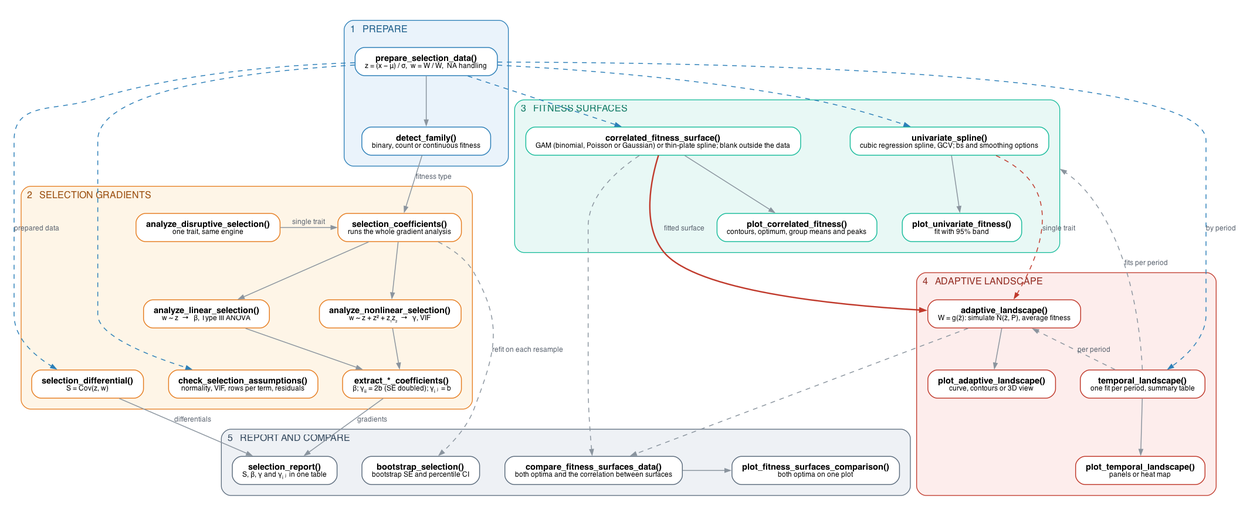
Before: vignettes/workflow.png, a diagram exported from Graphviz (Human-Augment-Analytics/Lande). Its source is kept beside it as vignettes/workflow.dot.
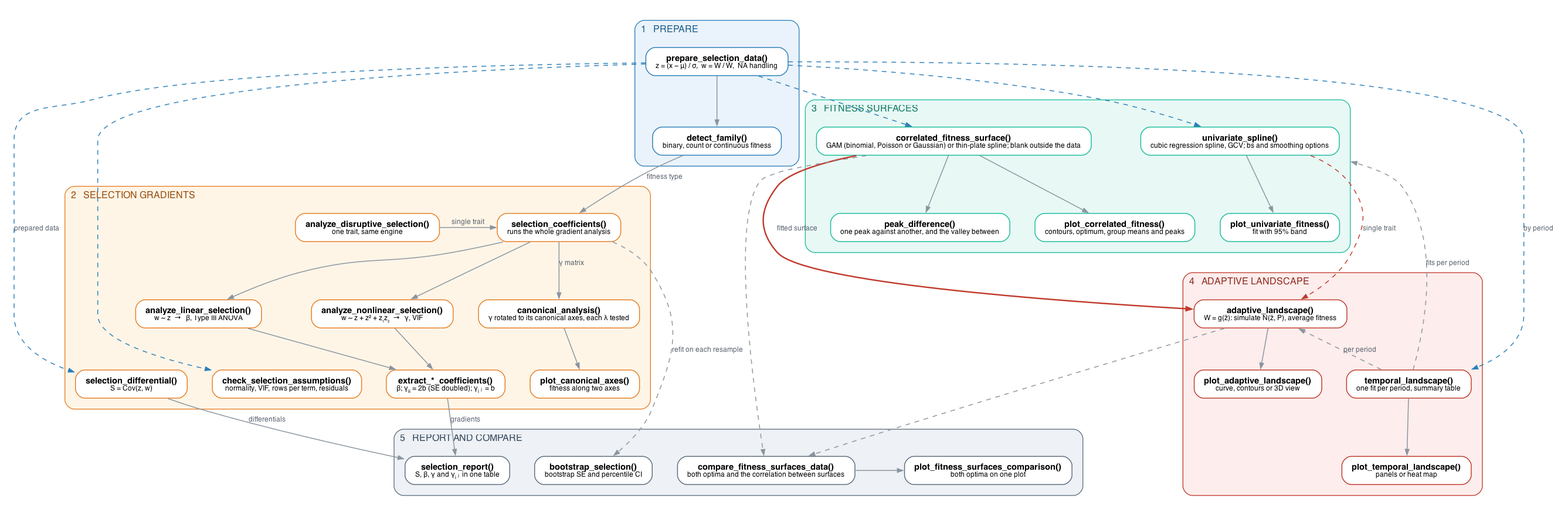
Later version of the same file.

Change to the diagram source:
```diff
@@ -29,6 +29,8 @@
     extract   [label = <<B>extract_*_coefficients()</B><BR/><FONT POINT-SIZE="9.5">&#946;;&nbsp;&#947;&#7522;&#7522; = 2b (SE doubled);&nbsp;&#947;&#7522;&#11388; = b</FONT>>]
     diff      [label = <<B>selection_differential()</B><BR/><FONT POINT-SIZE="9.5">S = Cov(z, w)</FONT>>]
     check     [label = <<B>check_selection_assumptions()</B><BR/><FONT POINT-SIZE="9.5">normality, VIF, rows per term, residuals</FONT>>]
+    canon     [label = <<B>canonical_analysis()</B><BR/><FONT POINT-SIZE="9.5">&#947; rotated to its canonical axes, each &#955; tested</FONT>>]
+    canon_plot [label = <<B>plot_canonical_axes()</B><BR/><FONT POINT-SIZE="9.5">fitness along two axes</FONT>>]
   }
 
   subgraph cluster_surface {
@@ -40,6 +42,7 @@
     corr      [label = <<B>correlated_fitness_surface()</B><BR/><FONT POINT-SIZE="9.5">GAM (binomial, Poisson or Gaussian) or thin-plate spline; blank outside the data</FONT>>]
     uni_plot  [label = <<B>plot_univariate_fitness()</B><BR/><FONT POINT-SIZE="9.5">fit with 95% band</FONT>>]
     corr_plot [label = <<B>plot_correlated_fitness()</B><BR/><FONT POINT-SIZE="9.5">contours, optimum, group means and peaks</FONT>>]
+    peakdiff  [label = <<B>peak_difference()</B><BR/><FONT POINT-SIZE="9.5">one peak against another, and the valley between</FONT>>]
   }
 
   subgraph cluster_land {
@@ -75,6 +78,8 @@
   extract -> report [label = "gradients"]
   diff -> report [label = "differentials"]
   coeff -> boot [label = "refit on each resample", style = dashed]
+  coeff -> canon [label = "&#947; matrix"]
+  canon -> canon_plot
 
   # prepared data feeds the differential and the surfaces
   prep -> diff [color = "#2C7FB8", style = dashed, label = "prepared data"]
@@ -85,6 +90,7 @@
   # surfaces and landscape
   uni -> uni_plot
   corr -> corr_plot
+  corr -> peakdiff
   corr -> adapt [label = "fitted surface", color = "#C0392B", penwidth = 1.8]
   uni -> adapt [label = "single trait", color = "#C0392B", style = dashed]
   adapt -> adapt_plot
```
